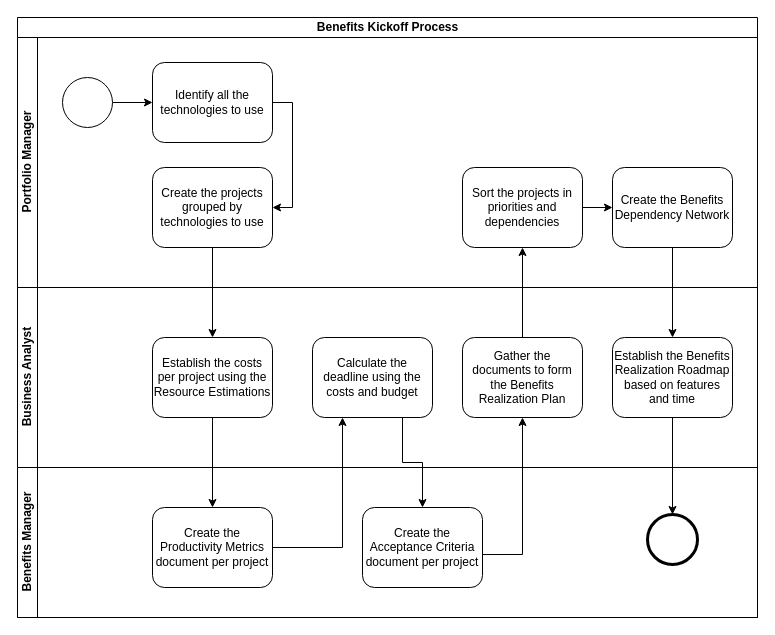
Before: combiq/CombiQProcessKICKOFF.drawio in m1guel/diagrams, a draw.io diagram. Source tidied: cells renumbered, new cells numbered last; positions are measured from the earlier drawing's top-left corner, leaving out a move shared by most shapes. Both pictures are drawn from the tidied source at 100%, with x=0, y=0 at pixel (17, 17).
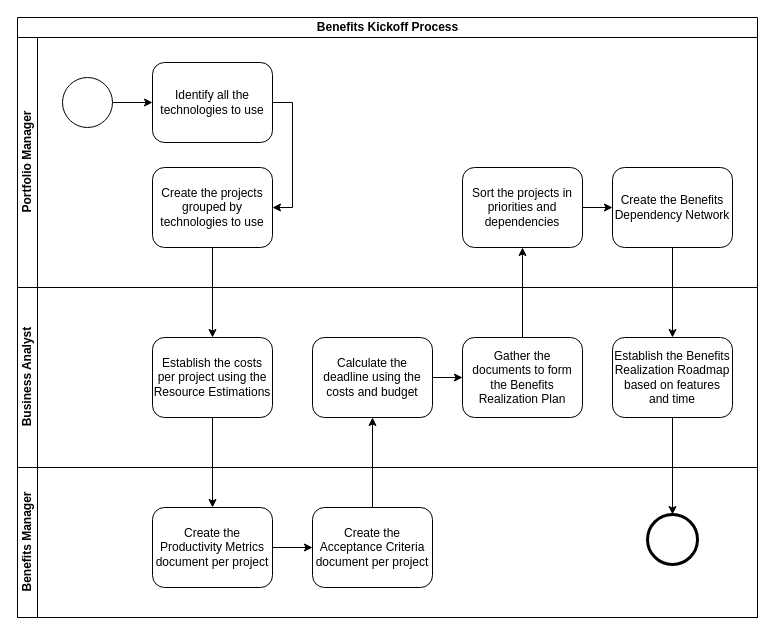
Above is the later version.

Unchanged cells that the change refers to:
```xml
<mxCell id="2" value="Benefits Kickoff Process" style="swimlane;html=1;horizontal=1;startSize=20;" parent="1" vertex="1">
  <mxGeometry width="740" height="600" as="geometry" />
</mxCell>
<mxCell id="20" value="Business Analyst" style="swimlane;html=1;startSize=20;horizontal=0;" parent="2" vertex="1">
  <mxGeometry y="270" width="740" height="180" as="geometry" />
</mxCell>
<mxCell id="22" value="Calculate the deadline using the costs and budget" style="shape=ext;rounded=1;html=1;whiteSpace=wrap;" parent="20" vertex="1">
  <mxGeometry x="295" y="50" width="120" height="80" as="geometry" />
</mxCell>
<mxCell id="23" value="Gather the documents to form the Benefits Realization Plan" style="shape=ext;rounded=1;html=1;whiteSpace=wrap;" parent="20" vertex="1">
  <mxGeometry x="445" y="50" width="120" height="80" as="geometry" />
</mxCell>
<mxCell id="25" value="Benefits Manager" style="swimlane;html=1;startSize=20;horizontal=0;" parent="2" vertex="1">
  <mxGeometry y="450" width="740" height="150" as="geometry" />
</mxCell>
<mxCell id="28" value="Create the Productivity Metrics document per project" style="shape=ext;rounded=1;html=1;whiteSpace=wrap;" parent="25" vertex="1">
  <mxGeometry x="135" y="40" width="120" height="80" as="geometry" />
</mxCell>
```

Diff of the diagram source:
```diff
@@
-    <mxCell id="12" style="edgeStyle=orthogonalEdgeStyle;rounded=0;jettySize=auto;html=1;exitX=1;exitY=0.588;exitDx=0;exitDy=0;entryX=0.5;entryY=1;entryDx=0;entryDy=0;exitPerimeter=0;" parent="2" edge="1" source="27" target="23">
-      <mxGeometry relative="1" as="geometry" />
-    </mxCell>
@@
-    <mxCell id="15" style="edgeStyle=orthogonalEdgeStyle;rounded=0;jettySize=auto;html=1;exitX=1;exitY=0.5;exitDx=0;exitDy=0;entryX=0.25;entryY=1;entryDx=0;entryDy=0;" parent="2" edge="1" source="28" target="22">
-      <mxGeometry relative="1" as="geometry" />
-    </mxCell>
@@
-    <mxCell id="18" style="edgeStyle=orthogonalEdgeStyle;rounded=0;jettySize=auto;html=1;exitX=0.75;exitY=1;exitDx=0;exitDy=0;entryX=0.5;entryY=0;entryDx=0;entryDy=0;" parent="2" edge="1" source="22" target="27">
-      <mxGeometry relative="1" as="geometry" />
-    </mxCell>
@@
+    <mxCell id="29" style="edgeStyle=orthogonalEdgeStyle;rounded=0;jettySize=auto;html=1;exitX=1;exitY=0.5;exitDx=0;exitDy=0;entryX=0;entryY=0.5;entryDx=0;entryDy=0;" parent="20" edge="1" source="22" target="23">
+      <mxGeometry relative="1" as="geometry" />
+    </mxCell>
@@
     <mxCell id="27" value="Create the Acceptance Criteria document per project" style="shape=ext;rounded=1;html=1;whiteSpace=wrap;" parent="25" vertex="1">
-      <mxGeometry x="345" y="40" width="120" height="80" as="geometry" />
+      <mxGeometry x="295" y="40" width="120" height="80" as="geometry" />
     </mxCell>
@@
+    <mxCell id="15" style="edgeStyle=orthogonalEdgeStyle;rounded=0;jettySize=auto;html=1;exitX=1;exitY=0.5;exitDx=0;exitDy=0;entryX=0;entryY=0.5;entryDx=0;entryDy=0;" parent="25" edge="1" source="28" target="27">
+      <mxGeometry relative="1" as="geometry" />
+    </mxCell>
+    <mxCell id="30" style="edgeStyle=orthogonalEdgeStyle;rounded=0;jettySize=auto;html=1;exitX=0.5;exitY=0;exitDx=0;exitDy=0;entryX=0.5;entryY=1;entryDx=0;entryDy=0;" parent="2" edge="1" source="27" target="22">
+      <mxGeometry relative="1" as="geometry" />
+    </mxCell>
```
